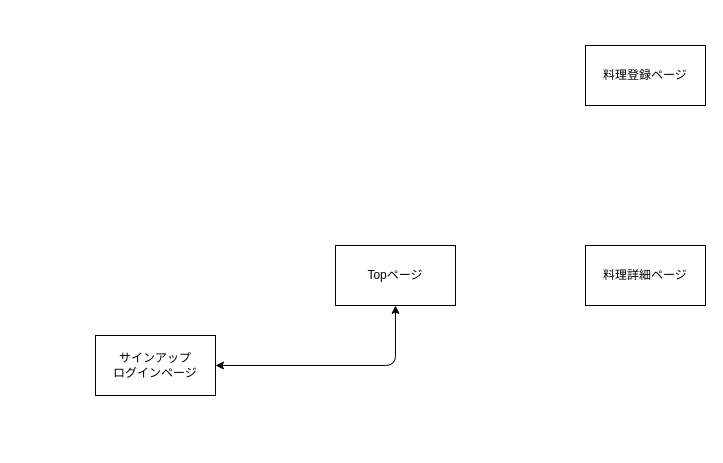
Before: chooseSTD.dio in malvart/choose, a draw.io diagram. Source tidied: cells renumbered, new cells numbered last; positions are measured from the earlier drawing's top-left corner, leaving out a move shared by most shapes. Both pictures are drawn from the tidied source at 100%, with x=0, y=0 at pixel (95, 45).
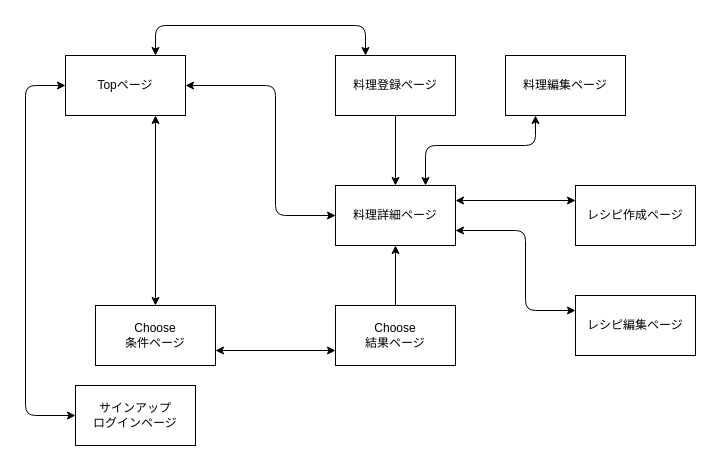
After the change.

Commit message:
画面遷移図の作成

The edit, as a diff of the source:
```diff
@@
     <mxCell id="2" value="Topページ" style="rounded=0;whiteSpace=wrap;html=1;" parent="1" vertex="1">
-      <mxGeometry x="240" y="200" width="120" height="60" as="geometry" />
+      <mxGeometry x="-30" y="10" width="120" height="60" as="geometry" />
     </mxCell>
     <mxCell id="3" value="料理登録ページ" style="rounded=0;whiteSpace=wrap;html=1;" parent="1" vertex="1">
-      <mxGeometry x="490" width="120" height="60" as="geometry" />
+      <mxGeometry x="240" y="10" width="120" height="60" as="geometry" />
     </mxCell>
     <mxCell id="4" value="サインアップ&lt;br&gt;ログインページ" style="rounded=0;whiteSpace=wrap;html=1;" parent="1" vertex="1">
-      <mxGeometry y="290" width="120" height="60" as="geometry" />
+      <mxGeometry x="-20" y="340" width="120" height="60" as="geometry" />
     </mxCell>
-    <mxCell id="5" style="endArrow=classic;startArrow=classic;html=1;entryX=0.5;entryY=1;entryDx=0;entryDy=0;" parent="1" edge="1" source="4" target="2">
+    <mxCell id="5" style="endArrow=classic;startArrow=classic;html=1;entryX=0;entryY=0.5;entryDx=0;entryDy=0;exitX=0;exitY=0.5;exitDx=0;exitDy=0;" parent="1" edge="1" source="4" target="2">
       <mxGeometry relative="1" as="geometry">
         <Array as="points">
-          <mxPoint x="300" y="320" />
+          <mxPoint x="-70" y="370" />
+          <mxPoint x="-70" y="40" />
         </Array>
       </mxGeometry>
     </mxCell>
+    <mxCell id="7" style="endArrow=classic;html=1;exitX=0.75;exitY=0;exitDx=0;exitDy=0;entryX=0.25;entryY=0;entryDx=0;entryDy=0;startArrow=classic;startFill=1;" parent="1" edge="1" source="2" target="3">
+      <mxGeometry relative="1" as="geometry">
+        <Array as="points">
+          <mxPoint x="60" y="-20" />
+          <mxPoint x="270" y="-20" />
+        </Array>
+      </mxGeometry>
+    </mxCell>
+    <mxCell id="8" style="endArrow=classic;html=1;exitX=0.5;exitY=1;exitDx=0;exitDy=0;entryX=0.5;entryY=0;entryDx=0;entryDy=0;" parent="1" edge="1" source="3" target="6">
+      <mxGeometry relative="1" as="geometry" />
+    </mxCell>
+    <mxCell id="9" style="endArrow=classic;startArrow=classic;html=1;exitX=1;exitY=0.5;exitDx=0;exitDy=0;entryX=0;entryY=0.5;entryDx=0;entryDy=0;" parent="1" edge="1" source="2" target="6">
+      <mxGeometry relative="1" as="geometry">
+        <Array as="points">
+          <mxPoint x="180" y="40" />
+          <mxPoint x="180" y="170" />
+        </Array>
+      </mxGeometry>
+    </mxCell>
+    <mxCell id="10" value="Choose&lt;br&gt;条件ページ" style="rounded=0;whiteSpace=wrap;html=1;" parent="1" vertex="1">
+      <mxGeometry y="260" width="120" height="60" as="geometry" />
+    </mxCell>
+    <mxCell id="11" value="Choose&lt;br&gt;結果ページ" style="rounded=0;whiteSpace=wrap;html=1;" parent="1" vertex="1">
+      <mxGeometry x="240" y="260" width="120" height="60" as="geometry" />
+    </mxCell>
+    <mxCell id="12" style="endArrow=classic;startArrow=classic;html=1;exitX=1;exitY=0.75;exitDx=0;exitDy=0;entryX=0;entryY=0.75;entryDx=0;entryDy=0;" parent="1" edge="1" source="10" target="11">
+      <mxGeometry relative="1" as="geometry" />
+    </mxCell>
+    <mxCell id="13" style="endArrow=classic;html=1;exitX=0.5;exitY=0;exitDx=0;exitDy=0;entryX=0.5;entryY=1;entryDx=0;entryDy=0;" parent="1" edge="1" source="11" target="6">
+      <mxGeometry relative="1" as="geometry" />
+    </mxCell>
+    <mxCell id="14" style="endArrow=classic;html=1;startArrow=classic;startFill=1;exitX=0.75;exitY=1;exitDx=0;exitDy=0;" parent="1" edge="1" source="2" target="10">
+      <mxGeometry relative="1" as="geometry" />
+    </mxCell>
+    <mxCell id="15" value="料理編集ページ" style="rounded=0;whiteSpace=wrap;html=1;" parent="1" vertex="1">
+      <mxGeometry x="410" y="10" width="120" height="60" as="geometry" />
+    </mxCell>
     <mxCell id="6" value="料理詳細ページ" style="rounded=0;whiteSpace=wrap;html=1;" parent="1" vertex="1">
-      <mxGeometry x="490" y="200" width="120" height="60" as="geometry" />
+      <mxGeometry x="240" y="140" width="120" height="60" as="geometry" />
     </mxCell>
+    <mxCell id="16" style="endArrow=classic;startArrow=classic;html=1;entryX=0.25;entryY=1;entryDx=0;entryDy=0;exitX=0.75;exitY=0;exitDx=0;exitDy=0;" parent="1" edge="1" source="6" target="15">
+      <mxGeometry relative="1" as="geometry">
+        <Array as="points">
+          <mxPoint x="330" y="100" />
+          <mxPoint x="440" y="100" />
+        </Array>
+      </mxGeometry>
+    </mxCell>
+    <mxCell id="17" value="レシピ作成ページ" style="rounded=0;whiteSpace=wrap;html=1;" parent="1" vertex="1">
+      <mxGeometry x="480" y="140" width="120" height="60" as="geometry" />
+    </mxCell>
+    <mxCell id="18" value="レシピ編集ページ" style="rounded=0;whiteSpace=wrap;html=1;" parent="1" vertex="1">
+      <mxGeometry x="480" y="250" width="120" height="60" as="geometry" />
+    </mxCell>
+    <mxCell id="19" style="endArrow=classic;startArrow=classic;html=1;entryX=0;entryY=0.25;entryDx=0;entryDy=0;exitX=1;exitY=0.25;exitDx=0;exitDy=0;" parent="1" edge="1" source="6" target="17">
+      <mxGeometry relative="1" as="geometry" />
+    </mxCell>
+    <mxCell id="20" style="endArrow=classic;startArrow=classic;html=1;entryX=0;entryY=0.25;entryDx=0;entryDy=0;exitX=1;exitY=0.75;exitDx=0;exitDy=0;" parent="1" edge="1" source="6" target="18">
+      <mxGeometry relative="1" as="geometry">
+        <Array as="points">
+          <mxPoint x="430" y="185" />
+          <mxPoint x="430" y="265" />
+        </Array>
+      </mxGeometry>
+    </mxCell>
```
